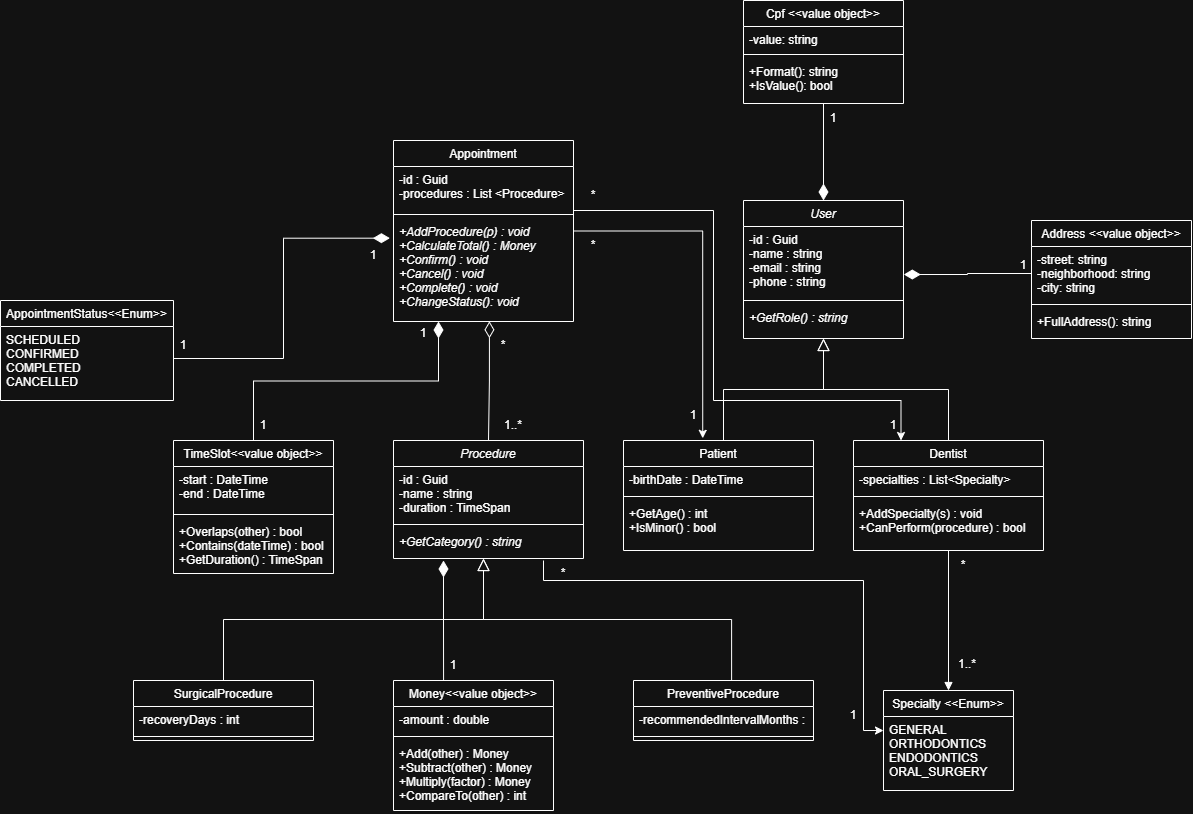
guilhermebrazz/clinic-system keeps this draw.io diagram as docs/class-diagram.png. Above is the earlier version. Source tidied: cells renumbered, new cells last; positions are measured from the earlier drawing's top-left corner, leaving out a move shared by most shapes.
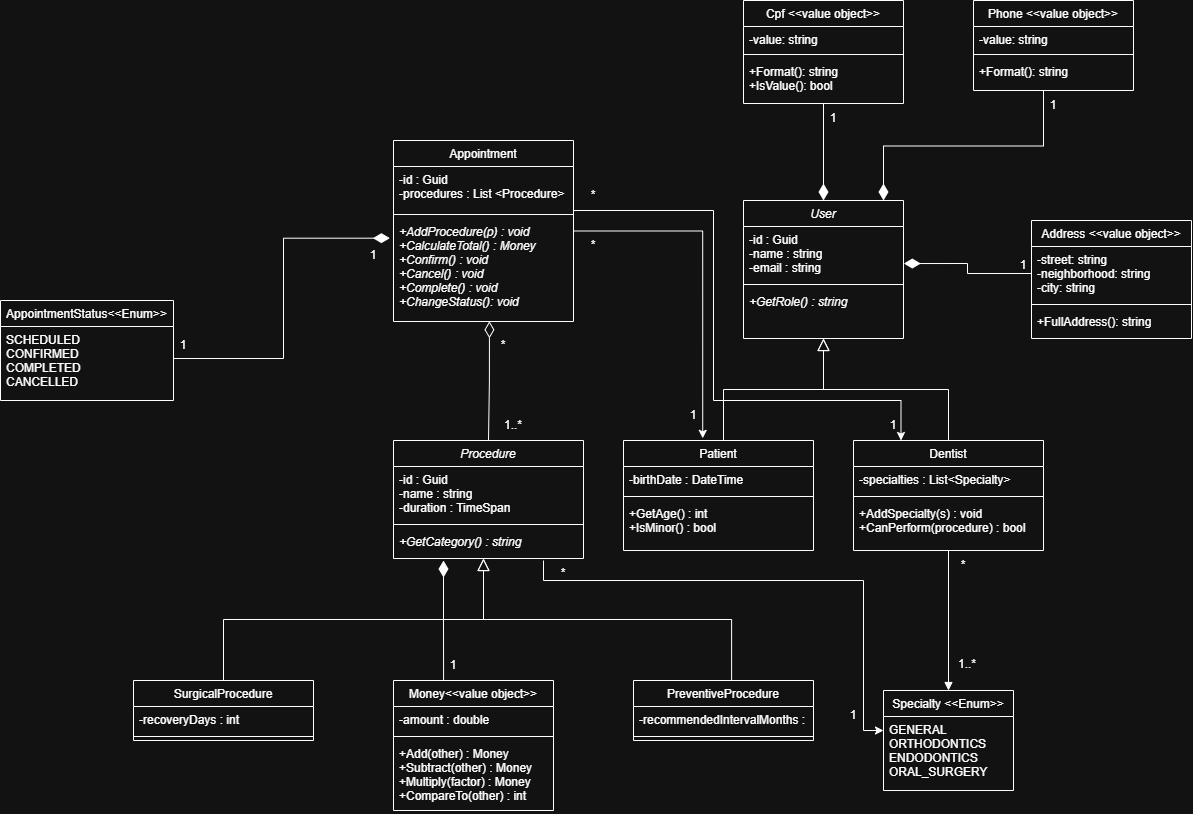
Above is the later version.

The edit, as a diff of the source:
```diff
@@ -5,14 +5,14 @@
     <mxCell id="2" value="User" style="swimlane;fontStyle=2;align=center;verticalAlign=top;horizontal=1;startSize=26;rounded=0;shadow=0;strokeWidth=1;" parent="1" vertex="1">
       <mxGeometry x="743" y="200" width="160" height="138" as="geometry" />
     </mxCell>
-    <mxCell id="3" value="-id : Guid &#10;-name : string &#10;-email : string &#10;-phone : string&#10;" style="text;align=left;verticalAlign=top;spacingLeft=4;spacingRight=4;overflow=hidden;points=[[0,0.5],[1,0.5]];portConstraint=eastwest;" parent="2" vertex="1">
-      <mxGeometry y="26" width="160" height="70" as="geometry" />
+    <mxCell id="3" value="-id : Guid &#10;-name : string &#10;-email : string &#10;" style="text;align=left;verticalAlign=top;spacingLeft=4;spacingRight=4;overflow=hidden;points=[[0,0.5],[1,0.5]];portConstraint=eastwest;" parent="2" vertex="1">
+      <mxGeometry y="26" width="160" height="54" as="geometry" />
     </mxCell>
     <mxCell id="4" style="line;html=1;strokeWidth=1;align=left;verticalAlign=middle;spacingTop=-1;spacingLeft=3;spacingRight=3;labelPosition=right;" parent="2" vertex="1">
-      <mxGeometry y="96" width="160" height="8" as="geometry" />
+      <mxGeometry y="80" width="160" height="8" as="geometry" />
     </mxCell>
     <mxCell id="5" value="+GetRole() : string" style="text;align=left;verticalAlign=top;spacingLeft=4;spacingRight=4;overflow=hidden;fontStyle=2;" parent="2" vertex="1">
-      <mxGeometry y="104" width="160" height="26" as="geometry" />
+      <mxGeometry y="88" width="160" height="26" as="geometry" />
     </mxCell>
     <mxCell id="6" style="endArrow=block;endSize=10;endFill=0;shadow=0;strokeWidth=1;rounded=0;curved=0;edgeStyle=elbowEdgeStyle;elbow=vertical;" parent="1" edge="1" target="2">
       <mxGeometry relative="1" as="geometry">
@@ -218,27 +218,6 @@
     <mxCell id="66" value="*" style="text;html=1;whiteSpace=wrap;strokeColor=none;fillColor=none;align=center;verticalAlign=middle;rounded=0;" parent="1" vertex="1">
       <mxGeometry x="473" y="330" width="60" height="30" as="geometry" />
     </mxCell>
-    <mxCell id="67" value="TimeSlot&lt;&lt;value object&gt;&gt;" style="swimlane;fontStyle=0;align=center;verticalAlign=top;horizontal=1;startSize=26;rounded=0;shadow=0;strokeWidth=1;" parent="1" vertex="1">
-      <mxGeometry x="173" y="440" width="160" height="133" as="geometry" />
-    </mxCell>
-    <mxCell id="68" value="-start : DateTime &#10;-end : DateTime" style="text;align=left;verticalAlign=top;spacingLeft=4;spacingRight=4;overflow=hidden;" parent="67" vertex="1">
-      <mxGeometry y="26" width="160" height="44" as="geometry" />
-    </mxCell>
-    <mxCell id="69" style="line;html=1;strokeWidth=1;align=left;verticalAlign=middle;spacingTop=-1;spacingLeft=3;spacingRight=3;labelPosition=right;" parent="67" vertex="1">
-      <mxGeometry y="70" width="160" height="8" as="geometry" />
-    </mxCell>
-    <mxCell id="70" value="+Overlaps(other) : bool &#10;+Contains(dateTime) : bool &#10;+GetDuration() : TimeSpan" style="text;align=left;verticalAlign=top;spacingLeft=4;spacingRight=4;overflow=hidden;" parent="67" vertex="1">
-      <mxGeometry y="78" width="160" height="55" as="geometry" />
-    </mxCell>
-    <mxCell id="71" style="endArrow=none;html=1;endSize=12;startArrow=diamondThin;startSize=14;startFill=1;edgeStyle=orthogonalEdgeStyle;align=left;verticalAlign=bottom;rounded=0;defaultLabelBackgroundColor=gap;exitX=0.25;exitY=1;exitDx=0;exitDy=0;entryX=0.5;entryY=0;entryDx=0;entryDy=0;endFill=0;" parent="1" edge="1" source="53" target="67">
-      <mxGeometry x="-1" y="3" relative="1" as="geometry" />
-    </mxCell>
-    <mxCell id="72" value="1" style="text;html=1;whiteSpace=wrap;strokeColor=none;fillColor=none;align=center;verticalAlign=middle;rounded=0;" parent="1" vertex="1">
-      <mxGeometry x="393" y="318" width="60" height="30" as="geometry" />
-    </mxCell>
-    <mxCell id="73" value="1" style="text;html=1;whiteSpace=wrap;strokeColor=none;fillColor=none;align=center;verticalAlign=middle;rounded=0;" parent="1" vertex="1">
-      <mxGeometry x="233" y="410" width="60" height="30" as="geometry" />
-    </mxCell>
     <mxCell id="74" value="AppointmentStatus&lt;&lt;Enum&gt;&gt;" style="swimlane;fontStyle=0;align=center;verticalAlign=top;horizontal=1;startSize=26;rounded=0;shadow=0;strokeWidth=1;" parent="1" vertex="1">
       <mxGeometry y="300" width="173" height="100" as="geometry" />
     </mxCell>
@@ -254,5 +233,25 @@
     <mxCell id="78" value="1" style="text;html=1;whiteSpace=wrap;strokeColor=none;fillColor=none;align=center;verticalAlign=middle;rounded=0;" parent="1" vertex="1">
       <mxGeometry x="343" y="240" width="60" height="30" as="geometry" />
     </mxCell>
+    <mxCell id="79" value="Phone &lt;&lt;value object&gt;&gt;" style="swimlane;fontStyle=0;align=center;verticalAlign=top;horizontal=1;startSize=26;rounded=0;shadow=0;strokeWidth=1;" parent="1" vertex="1">
+      <mxGeometry x="973" width="160" height="90" as="geometry" />
+    </mxCell>
+    <mxCell id="80" value="-value: string" style="text;align=left;verticalAlign=top;spacingLeft=4;spacingRight=4;overflow=hidden;" parent="79" vertex="1">
+      <mxGeometry y="26" width="160" height="24" as="geometry" />
+    </mxCell>
+    <mxCell id="81" style="line;html=1;strokeWidth=1;align=left;verticalAlign=middle;spacingTop=-1;spacingLeft=3;spacingRight=3;labelPosition=right;" parent="79" vertex="1">
+      <mxGeometry y="50" width="160" height="8" as="geometry" />
+    </mxCell>
+    <mxCell id="82" value="+Format(): string&#10;" style="text;align=left;verticalAlign=top;spacingLeft=4;spacingRight=4;overflow=hidden;" parent="79" vertex="1">
+      <mxGeometry y="58" width="160" height="30" as="geometry" />
+    </mxCell>
+    <mxCell id="83" style="endArrow=none;html=1;endSize=12;startArrow=diamondThin;startSize=14;startFill=1;edgeStyle=orthogonalEdgeStyle;align=left;verticalAlign=bottom;rounded=0;defaultLabelBackgroundColor=gap;endFill=0;exitX=0.875;exitY=0;exitDx=0;exitDy=0;exitPerimeter=0;" parent="1" edge="1" source="2">
+      <mxGeometry x="-1" y="3" relative="1" as="geometry">
+        <mxPoint x="1043" y="90" as="targetPoint" />
+      </mxGeometry>
+    </mxCell>
+    <mxCell id="84" value="1" style="text;html=1;whiteSpace=wrap;strokeColor=none;fillColor=none;align=center;verticalAlign=middle;rounded=0;" parent="1" vertex="1">
+      <mxGeometry x="1023" y="90" width="60" height="30" as="geometry" />
+    </mxCell>
   </root>
 </mxGraphModel>
```
